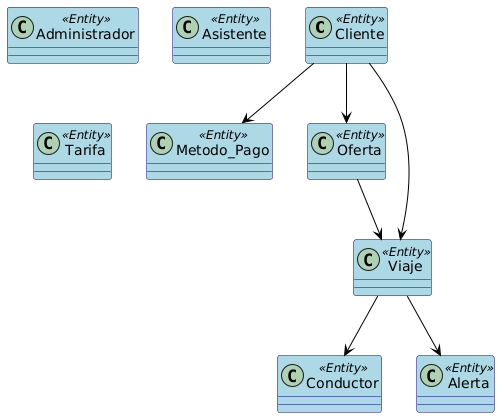
Earlier version of the PlantUML export documentacion/diagramas/base_de_datos/modelo_logico.png (2730538920101/AYD2_PROYECTO_G2).
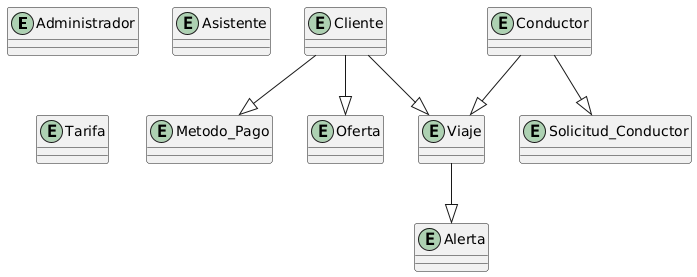
After the commit.

Change to the diagram source:
```diff
@@ -1,44 +1,19 @@
 @startuml
-skinparam class {
-    BackgroundColor<<Entity>> LightBlue
-    BorderColor<<Entity>> DarkBlue
-    ArrowColor Black
-    FontColor Black
-}
+entity "Administrador" as Administrador
+entity "Asistente" as Asistente
+entity "Cliente" as Cliente
+entity "Metodo_Pago" as Metodo_Pago
+entity "Oferta" as Oferta
+entity "Solicitud_Conductor" as Solicitud_Conductor
+entity "Conductor" as Conductor
+entity "Viaje" as Viaje
+entity "Alerta" as Alerta
+entity "Tarifa" as Tarifa
 
-class Cliente <<Entity>> {
-}
-
-class Metodo_Pago <<Entity>> {
-}
-
-class Oferta <<Entity>> {
-}
-
-class Viaje <<Entity>> {
-}
-
-class Conductor <<Entity>> {
-}
-
-class Administrador <<Entity>> {
-}
-
-class Asistente <<Entity>> {
-}
-
-class Alerta <<Entity>> {
-}
-
-class Tarifa <<Entity>> {
-}
-
-Cliente --> Viaje
-Cliente --> Metodo_Pago
-Cliente --> Oferta
-
-Viaje --> Conductor
-Viaje --> Alerta
-
-Oferta --> Viaje
+Cliente --|> Metodo_Pago
+Cliente --|> Oferta
+Cliente --|> Viaje
+Conductor --|> Viaje
+Viaje --|> Alerta
+Conductor --|> Solicitud_Conductor
 @enduml
```
